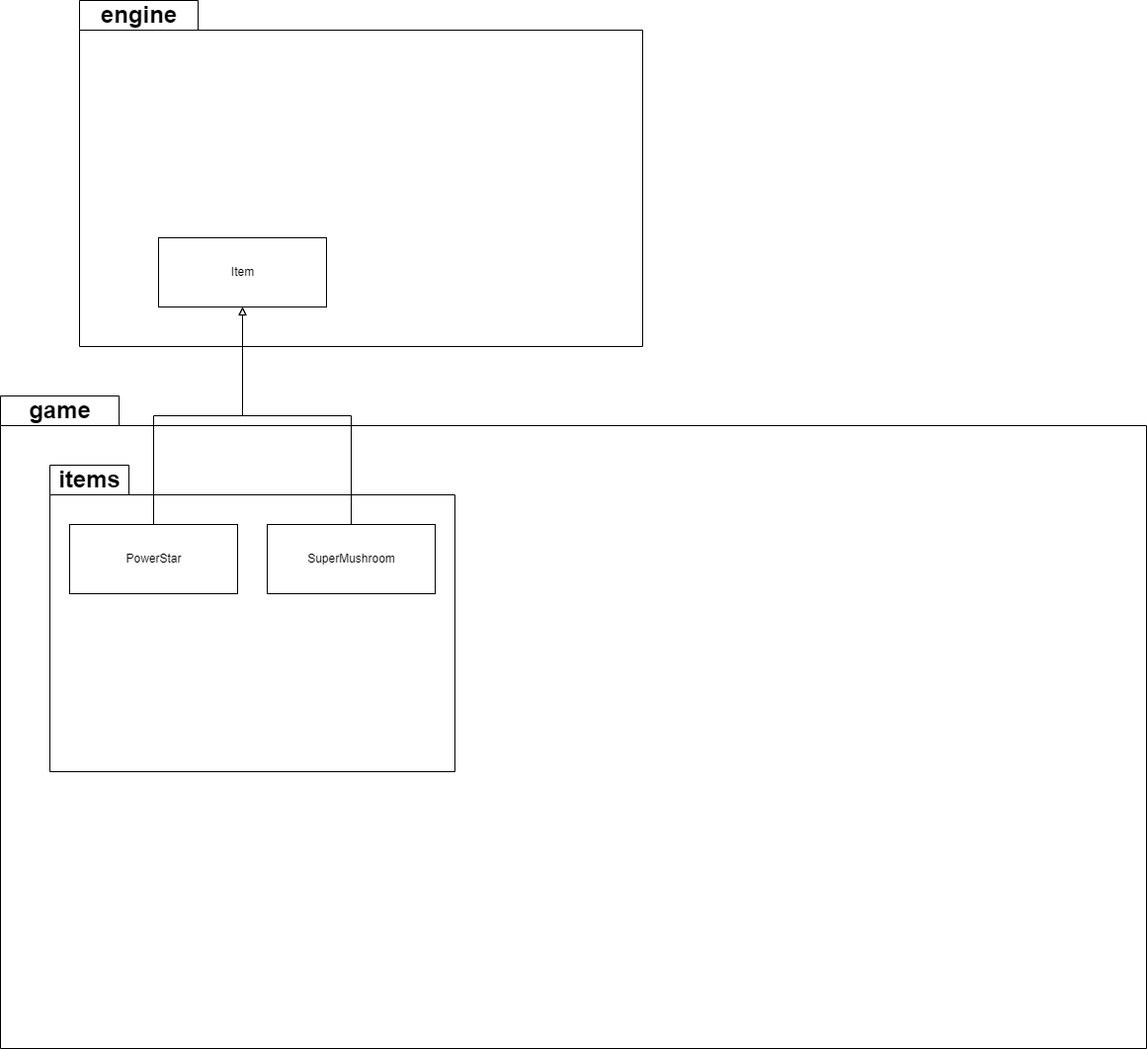
This is docs/REQ4 UML Diagram by Andy.png from IvanChann/Mario...., a draw.io export, as it was before one commit. Source tidied: cells renumbered, new cells last; positions are measured from the earlier drawing's top-left corner, leaving out a move shared by most shapes.
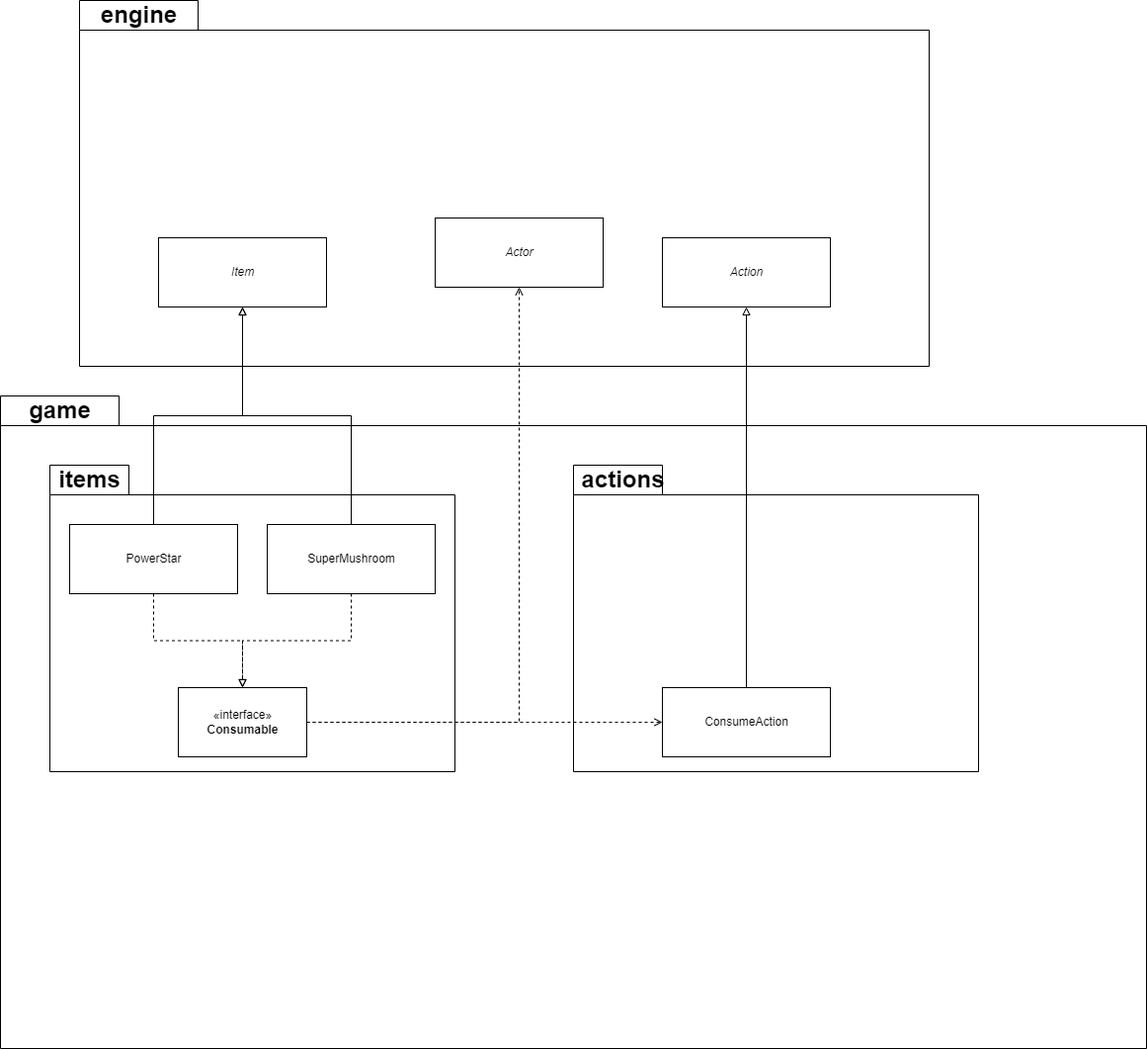
The same file after the commit.

Commit message:
Added Consumable interface and made Super Mushroom and Power Star implement this interface

Added new two dependencies

Diff of the diagram source:
```diff
@@ -3,7 +3,7 @@
     <mxCell id="0" />
     <mxCell id="1" parent="0" />
     <mxCell id="2" style="shape=folder;fontStyle=1;spacingTop=10;tabWidth=120;tabHeight=30;tabPosition=left;html=1;" parent="1" vertex="1">
-      <mxGeometry x="80" width="570" height="350" as="geometry" />
+      <mxGeometry x="80" width="860" height="370" as="geometry" />
     </mxCell>
     <mxCell id="3" style="shape=folder;fontStyle=1;spacingTop=10;tabWidth=120;tabHeight=30;tabPosition=left;html=1;" parent="1" vertex="1">
       <mxGeometry y="400" width="1160" height="660" as="geometry" />
@@ -17,6 +17,9 @@
     <mxCell id="6" style="edgeStyle=orthogonalEdgeStyle;rounded=0;jettySize=auto;html=1;entryX=0.5;entryY=1;entryDx=0;entryDy=0;endArrow=block;endFill=0;" parent="1" edge="1" source="7" target="10">
       <mxGeometry relative="1" as="geometry" />
     </mxCell>
+    <mxCell id="13" style="edgeStyle=orthogonalEdgeStyle;rounded=0;jettySize=auto;html=1;endArrow=block;endFill=0;dashed=1;" parent="1" edge="1" source="7" target="18">
+      <mxGeometry relative="1" as="geometry" />
+    </mxCell>
     <mxCell id="7" value="PowerStar" style="html=1;" parent="1" vertex="1">
       <mxGeometry x="70" y="530" width="170" height="70" as="geometry" />
     </mxCell>
@@ -26,14 +29,44 @@
     <mxCell id="9" value="engine" style="text;strokeColor=none;fillColor=none;html=1;fontSize=24;fontStyle=1;verticalAlign=middle;align=center;" parent="1" vertex="1">
       <mxGeometry x="80" width="120" height="30" as="geometry" />
     </mxCell>
-    <mxCell id="10" value="Item" style="html=1;" parent="1" vertex="1">
+    <mxCell id="10" value="&lt;i&gt;Item&lt;/i&gt;" style="html=1;" parent="1" vertex="1">
       <mxGeometry x="160" y="240" width="170" height="70" as="geometry" />
     </mxCell>
     <mxCell id="11" style="edgeStyle=orthogonalEdgeStyle;rounded=0;jettySize=auto;html=1;entryX=0.5;entryY=1;entryDx=0;entryDy=0;endArrow=block;endFill=0;" parent="1" edge="1" source="12" target="10">
       <mxGeometry relative="1" as="geometry" />
     </mxCell>
+    <mxCell id="14" style="edgeStyle=orthogonalEdgeStyle;rounded=0;jettySize=auto;html=1;dashed=1;endArrow=block;endFill=0;" parent="1" edge="1" source="12" target="18">
+      <mxGeometry relative="1" as="geometry" />
+    </mxCell>
     <mxCell id="12" value="SuperMushroom" style="html=1;" parent="1" vertex="1">
       <mxGeometry x="270" y="530" width="170" height="70" as="geometry" />
     </mxCell>
+    <mxCell id="15" style="edgeStyle=orthogonalEdgeStyle;rounded=0;jettySize=auto;html=1;entryX=0.5;entryY=1;entryDx=0;entryDy=0;endArrow=open;endFill=0;dashed=1;" parent="1" edge="1" source="18" target="23">
+      <mxGeometry relative="1" as="geometry" />
+    </mxCell>
+    <mxCell id="16" style="shape=folder;fontStyle=1;spacingTop=10;tabWidth=90;tabHeight=30;tabPosition=left;html=1;" parent="1" vertex="1">
+      <mxGeometry x="580" y="470" width="410" height="310" as="geometry" />
+    </mxCell>
+    <mxCell id="17" style="edgeStyle=orthogonalEdgeStyle;rounded=0;jettySize=auto;html=1;entryX=0;entryY=0.5;entryDx=0;entryDy=0;dashed=1;endArrow=open;endFill=0;" parent="1" edge="1" source="18" target="21">
+      <mxGeometry relative="1" as="geometry" />
+    </mxCell>
+    <mxCell id="18" value="«interface»&lt;br&gt;&lt;b&gt;Consumable&lt;/b&gt;" style="html=1;" parent="1" vertex="1">
+      <mxGeometry x="180" y="695" width="130" height="70" as="geometry" />
+    </mxCell>
+    <mxCell id="19" value="actions" style="text;strokeColor=none;fillColor=none;html=1;fontSize=24;fontStyle=1;verticalAlign=middle;align=center;" parent="1" vertex="1">
+      <mxGeometry x="570" y="470" width="120" height="30" as="geometry" />
+    </mxCell>
+    <mxCell id="20" style="edgeStyle=orthogonalEdgeStyle;rounded=0;jettySize=auto;html=1;entryX=0.5;entryY=1;entryDx=0;entryDy=0;endArrow=block;endFill=0;" parent="1" edge="1" source="21" target="22">
+      <mxGeometry relative="1" as="geometry" />
+    </mxCell>
+    <mxCell id="21" value="ConsumeAction" style="html=1;" parent="1" vertex="1">
+      <mxGeometry x="670" y="695" width="170" height="70" as="geometry" />
+    </mxCell>
+    <mxCell id="22" value="&lt;i&gt;Action&lt;/i&gt;" style="html=1;" parent="1" vertex="1">
+      <mxGeometry x="670" y="240" width="170" height="70" as="geometry" />
+    </mxCell>
+    <mxCell id="23" value="&lt;i&gt;Actor&lt;/i&gt;" style="html=1;" parent="1" vertex="1">
+      <mxGeometry x="440" y="220" width="170" height="70" as="geometry" />
+    </mxCell>
   </root>
 </mxGraphModel>
```
